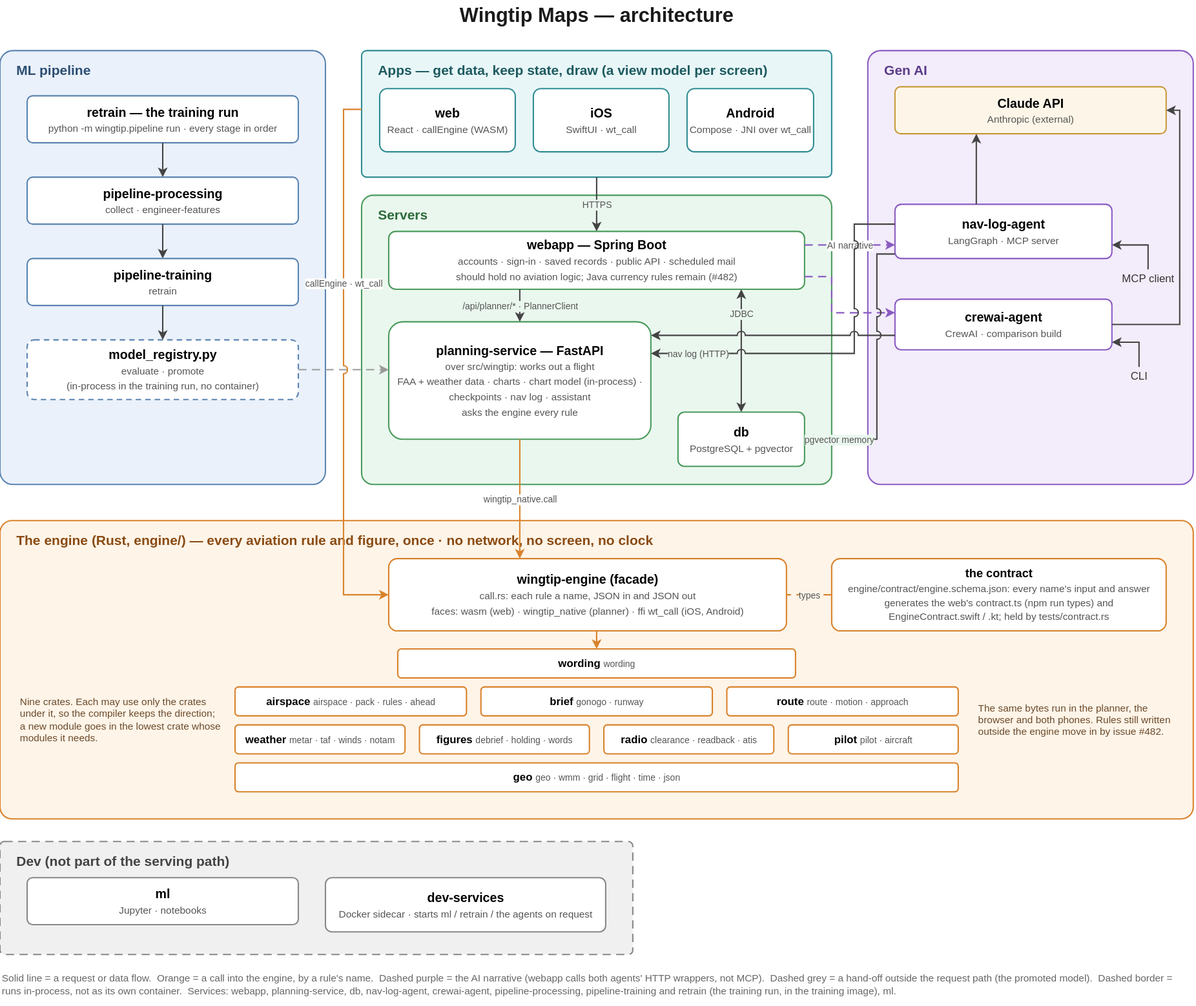
Earlier version of the draw.io export docs/architecture-current.svg (asdaq-samir/wingtip). Source tidied: cells renumbered, new cells last; positions are measured from the earlier drawing's top-left corner, leaving out a move shared by most shapes.
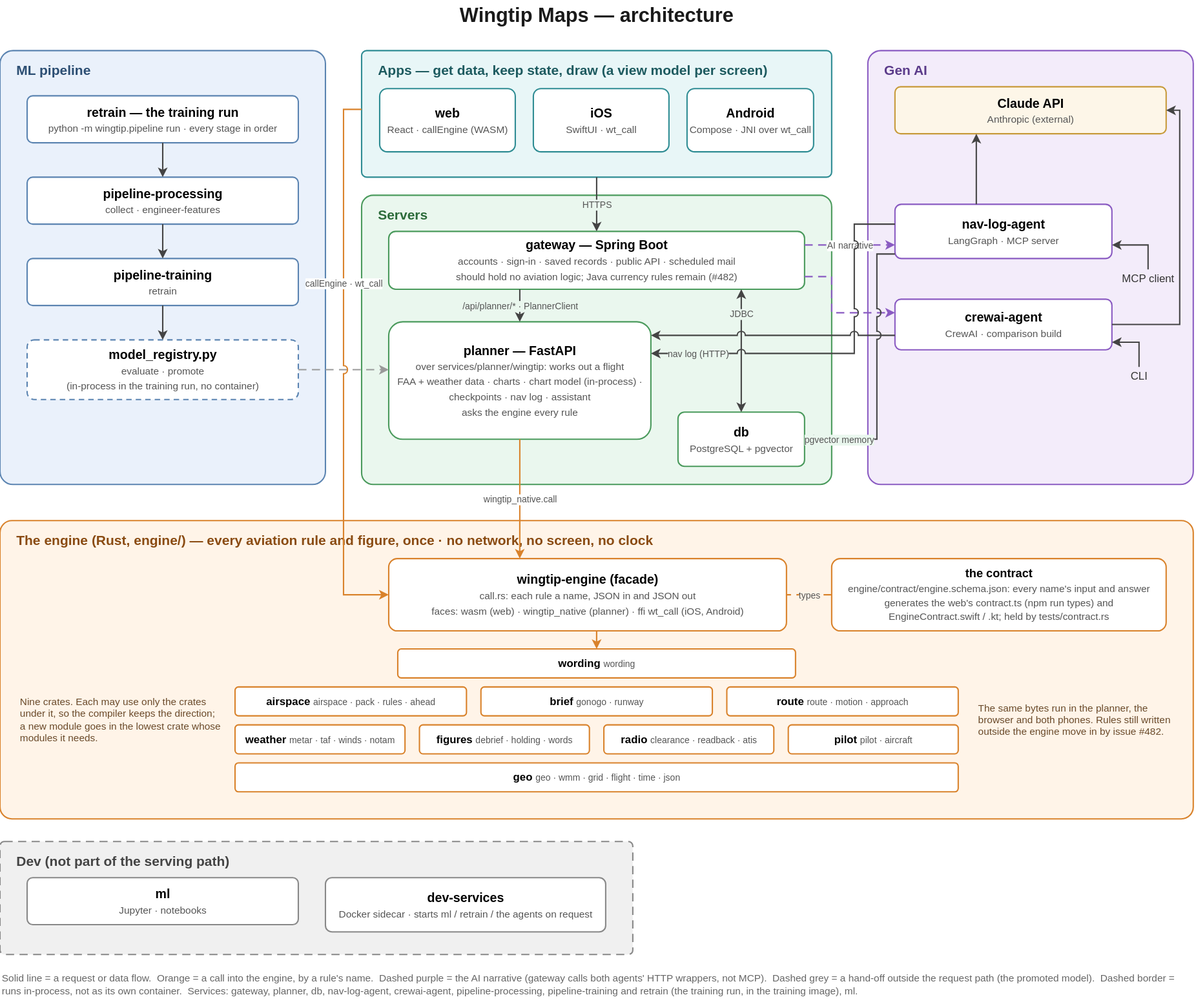
The same diagram one commit later.

The edit, as a diff of the source:
```diff
@@ -44,12 +44,12 @@
     <mxCell id="15" value="&lt;b&gt;Android&lt;/b&gt;&lt;br&gt;&lt;span style=&quot;font-size:11px;color:#555555;&quot;&gt;Compose · JNI over wt_call&lt;/span&gt;" style="rounded=1;arcSize=12;whiteSpace=wrap;html=1;fillColor=#FFFFFF;strokeColor=#2E8C93;strokeWidth=1.5;fontSize=14;" parent="1" vertex="1">
       <mxGeometry x="760" y="98" width="140" height="70" as="geometry" />
     </mxCell>
-    <mxCell id="16" value="&lt;b&gt;webapp — Spring Boot&lt;/b&gt;&lt;br&gt;&lt;span style=&quot;font-size:11px;color:#555555;&quot;&gt;accounts · sign-in · saved records · public API · scheduled mail&lt;/span&gt;&lt;br&gt;&lt;span style=&quot;font-size:11px;color:#555555;&quot;&gt;should hold no aviation logic; Java currency rules remain (#482)&lt;/span&gt;" style="rounded=1;arcSize=12;whiteSpace=wrap;html=1;fillColor=#FFFFFF;strokeColor=#4A9A5C;strokeWidth=1.5;fontSize=14;" parent="1" vertex="1">
-      <mxGeometry x="430" y="256" width="460" height="64" as="geometry" />
-    </mxCell>
-    <mxCell id="17" value="&lt;b&gt;planning-service — FastAPI&lt;/b&gt;&lt;br&gt;&lt;span style=&quot;font-size:11px;color:#555555;&quot;&gt;over src/wingtip: works out a flight&lt;/span&gt;&lt;br&gt;&lt;span style=&quot;font-size:11px;color:#555555;&quot;&gt;FAA + weather data · charts · chart model (in-process) · checkpoints · nav log · assistant&lt;/span&gt;&lt;br&gt;&lt;span style=&quot;font-size:11px;color:#555555;&quot;&gt;asks the engine every rule&lt;/span&gt;" style="rounded=1;arcSize=12;whiteSpace=wrap;html=1;fillColor=#FFFFFF;strokeColor=#4A9A5C;strokeWidth=1.5;fontSize=14;" parent="1" vertex="1">
-      <mxGeometry x="430" y="356" width="290" height="130" as="geometry" />
-    </mxCell>
+    <mxCell id="60" value="&lt;b&gt;gateway — Spring Boot&lt;/b&gt;&lt;br&gt;&lt;span style=&quot;font-size:11px;color:#555555;&quot;&gt;accounts · sign-in · saved records · public API · scheduled mail&lt;/span&gt;&lt;br&gt;&lt;span style=&quot;font-size:11px;color:#555555;&quot;&gt;should hold no aviation logic; Java currency rules remain (#482)&lt;/span&gt;" style="rounded=1;arcSize=12;whiteSpace=wrap;html=1;fillColor=#FFFFFF;strokeColor=#4A9A5C;strokeWidth=1.5;fontSize=14;" parent="1" vertex="1">
+      <mxGeometry x="430" y="256" width="460" height="64" as="geometry" />
+    </mxCell>
+    <mxCell id="61" value="&lt;b&gt;planner — FastAPI&lt;/b&gt;&lt;br&gt;&lt;span style=&quot;font-size:11px;color:#555555;&quot;&gt;over services/planner/wingtip: works out a flight&lt;/span&gt;&lt;br&gt;&lt;span style=&quot;font-size:11px;color:#555555;&quot;&gt;FAA + weather data · charts · chart model (in-process) · checkpoints · nav log · assistant&lt;/span&gt;&lt;br&gt;&lt;span style=&quot;font-size:11px;color:#555555;&quot;&gt;asks the engine every rule&lt;/span&gt;" style="rounded=1;arcSize=12;whiteSpace=wrap;html=1;fillColor=#FFFFFF;strokeColor=#4A9A5C;strokeWidth=1.5;fontSize=14;" parent="1" vertex="1">
+      <mxGeometry x="430" y="356" width="290" height="130" as="geometry" />
+    </mxCell>
     <mxCell id="18" value="&lt;b&gt;db&lt;/b&gt;&lt;br&gt;&lt;span style=&quot;font-size:11px;color:#555555;&quot;&gt;PostgreSQL + pgvector&lt;/span&gt;" style="rounded=1;arcSize=12;whiteSpace=wrap;html=1;fillColor=#FFFFFF;strokeColor=#4A9A5C;strokeWidth=1.5;fontSize=14;" parent="1" vertex="1">
       <mxGeometry x="750" y="456" width="140" height="60" as="geometry" />
     </mxCell>
@@ -122,10 +122,10 @@
     <mxCell id="41" style="edgeStyle=orthogonalEdgeStyle;rounded=0;html=1;jumpStyle=arc;jumpSize=8;strokeColor=#444444;strokeWidth=1.5;exitX=0.5000;exitY=1.0000;exitDx=0;exitDy=0;entryX=0.5000;entryY=0.0000;entryDx=0;entryDy=0;fontSize=10;fontColor=#555555;labelBackgroundColor=#FFFFFF;endArrow=classic;endFill=1;" parent="1" edge="1" source="11" target="12">
       <mxGeometry relative="1" as="geometry" />
     </mxCell>
-    <mxCell id="42" style="edgeStyle=orthogonalEdgeStyle;rounded=0;html=1;jumpStyle=arc;jumpSize=8;strokeColor=#999999;strokeWidth=1.5;exitX=1.0000;exitY=0.5000;exitDx=0;exitDy=0;entryX=0.0000;entryY=0.4077;entryDx=0;entryDy=0;fontSize=10;fontColor=#555555;labelBackgroundColor=#FFFFFF;endArrow=classic;endFill=1;dashed=1;dashPattern=6 4;" parent="1" edge="1" source="12" target="17">
+    <mxCell id="42" style="edgeStyle=orthogonalEdgeStyle;rounded=0;html=1;jumpStyle=arc;jumpSize=8;strokeColor=#999999;strokeWidth=1.5;exitX=1.0000;exitY=0.5000;exitDx=0;exitDy=0;entryX=0.0000;entryY=0.4077;entryDx=0;entryDy=0;fontSize=10;fontColor=#555555;labelBackgroundColor=#FFFFFF;endArrow=classic;endFill=1;dashed=1;dashPattern=6 4;" parent="1" edge="1" source="12" target="61">
       <mxGeometry relative="1" as="geometry" />
     </mxCell>
-    <mxCell id="43" value="HTTPS" style="edgeStyle=orthogonalEdgeStyle;rounded=0;html=1;jumpStyle=arc;jumpSize=8;strokeColor=#444444;strokeWidth=1.5;exitX=0.5000;exitY=1.0000;exitDx=0;exitDy=0;entryX=0.5000;entryY=0.0000;entryDx=0;entryDy=0;fontSize=10;fontColor=#555555;labelBackgroundColor=#EAF7EE;endArrow=classic;endFill=1;" parent="1" edge="1" source="4" target="16">
+    <mxCell id="43" value="HTTPS" style="edgeStyle=orthogonalEdgeStyle;rounded=0;html=1;jumpStyle=arc;jumpSize=8;strokeColor=#444444;strokeWidth=1.5;exitX=0.5000;exitY=1.0000;exitDx=0;exitDy=0;entryX=0.5000;entryY=0.0000;entryDx=0;entryDy=0;fontSize=10;fontColor=#555555;labelBackgroundColor=#EAF7EE;endArrow=classic;endFill=1;" parent="1" edge="1" source="4" target="60">
       <mxGeometry relative="1" as="geometry" />
     </mxCell>
     <mxCell id="44" value="callEngine · wt_call" style="edgeStyle=orthogonalEdgeStyle;rounded=0;html=1;jumpStyle=arc;jumpSize=8;strokeColor=#D9822B;strokeWidth=1.5;exitX=0.0000;exitY=0.4643;exitDx=0;exitDy=0;entryX=0.0000;entryY=0.5000;entryDx=0;entryDy=0;fontSize=10;fontColor=#555555;labelBackgroundColor=#FFFFFF;endArrow=classic;endFill=1;" parent="1" edge="1" source="4" target="24">
@@ -136,13 +136,13 @@
         </Array>
       </mxGeometry>
     </mxCell>
-    <mxCell id="45" value="/api/planner/* · PlannerClient" style="edgeStyle=orthogonalEdgeStyle;rounded=0;html=1;jumpStyle=arc;jumpSize=8;strokeColor=#444444;strokeWidth=1.5;exitX=0.3152;exitY=1.0000;exitDx=0;exitDy=0;entryX=0.5000;entryY=0.0000;entryDx=0;entryDy=0;fontSize=10;fontColor=#555555;labelBackgroundColor=#EAF7EE;endArrow=classic;endFill=1;" parent="1" edge="1" source="16" target="17">
+    <mxCell id="45" value="/api/planner/* · PlannerClient" style="edgeStyle=orthogonalEdgeStyle;rounded=0;html=1;jumpStyle=arc;jumpSize=8;strokeColor=#444444;strokeWidth=1.5;exitX=0.3152;exitY=1.0000;exitDx=0;exitDy=0;entryX=0.5000;entryY=0.0000;entryDx=0;entryDy=0;fontSize=10;fontColor=#555555;labelBackgroundColor=#EAF7EE;endArrow=classic;endFill=1;" parent="1" edge="1" source="60" target="61">
       <mxGeometry relative="1" as="geometry" />
     </mxCell>
-    <mxCell id="46" value="JDBC" style="edgeStyle=orthogonalEdgeStyle;rounded=0;html=1;jumpStyle=arc;jumpSize=8;strokeColor=#444444;strokeWidth=1.5;exitX=0.8478;exitY=1.0000;exitDx=0;exitDy=0;entryX=0.5000;entryY=0.0000;entryDx=0;entryDy=0;fontSize=10;fontColor=#555555;labelBackgroundColor=#EAF7EE;endArrow=classic;endFill=1;startArrow=classic;startFill=1;" parent="1" edge="1" source="16" target="18">
+    <mxCell id="46" value="JDBC" style="edgeStyle=orthogonalEdgeStyle;rounded=0;html=1;jumpStyle=arc;jumpSize=8;strokeColor=#444444;strokeWidth=1.5;exitX=0.8478;exitY=1.0000;exitDx=0;exitDy=0;entryX=0.5000;entryY=0.0000;entryDx=0;entryDy=0;fontSize=10;fontColor=#555555;labelBackgroundColor=#EAF7EE;endArrow=classic;endFill=1;startArrow=classic;startFill=1;" parent="1" edge="1" source="60" target="18">
       <mxGeometry x="-0.6" relative="1" as="geometry" />
     </mxCell>
-    <mxCell id="47" value="wingtip_native.call" style="edgeStyle=orthogonalEdgeStyle;rounded=0;html=1;jumpStyle=arc;jumpSize=8;strokeColor=#D9822B;strokeWidth=1.5;exitX=0.5000;exitY=1.0000;exitDx=0;exitDy=0;entryX=0.3295;entryY=0.0000;entryDx=0;entryDy=0;fontSize=10;fontColor=#555555;labelBackgroundColor=#FFFFFF;endArrow=classic;endFill=1;" parent="1" edge="1" source="17" target="24">
+    <mxCell id="47" value="wingtip_native.call" style="edgeStyle=orthogonalEdgeStyle;rounded=0;html=1;jumpStyle=arc;jumpSize=8;strokeColor=#D9822B;strokeWidth=1.5;exitX=0.5000;exitY=1.0000;exitDx=0;exitDy=0;entryX=0.3295;entryY=0.0000;entryDx=0;entryDy=0;fontSize=10;fontColor=#555555;labelBackgroundColor=#FFFFFF;endArrow=classic;endFill=1;" parent="1" edge="1" source="61" target="24">
       <mxGeometry relative="1" as="geometry" />
     </mxCell>
     <mxCell id="48" style="edgeStyle=orthogonalEdgeStyle;rounded=0;html=1;jumpStyle=arc;jumpSize=8;strokeColor=#D9822B;strokeWidth=1.5;exitX=0.5227;exitY=1.0000;exitDx=0;exitDy=0;entryX=0.5000;entryY=0.0000;entryDx=0;entryDy=0;fontSize=10;fontColor=#555555;labelBackgroundColor=#FFFFFF;endArrow=classic;endFill=1;" parent="1" edge="1" source="24" target="26">
@@ -176,18 +176,18 @@
         </Array>
       </mxGeometry>
     </mxCell>
-    <mxCell id="54" value="AI narrative" style="edgeStyle=orthogonalEdgeStyle;rounded=0;html=1;jumpStyle=arc;jumpSize=8;strokeColor=#8A5BC2;strokeWidth=1.5;exitX=1.0000;exitY=0.2344;exitDx=0;exitDy=0;entryX=0.0000;entryY=0.7500;entryDx=0;entryDy=0;fontSize=10;fontColor=#555555;labelBackgroundColor=#FFFFFF;endArrow=classic;endFill=1;dashed=1;dashPattern=6 4;" parent="1" edge="1" source="16" target="20">
+    <mxCell id="54" value="AI narrative" style="edgeStyle=orthogonalEdgeStyle;rounded=0;html=1;jumpStyle=arc;jumpSize=8;strokeColor=#8A5BC2;strokeWidth=1.5;exitX=1.0000;exitY=0.2344;exitDx=0;exitDy=0;entryX=0.0000;entryY=0.7500;entryDx=0;entryDy=0;fontSize=10;fontColor=#555555;labelBackgroundColor=#FFFFFF;endArrow=classic;endFill=1;dashed=1;dashPattern=6 4;" parent="1" edge="1" source="60" target="20">
       <mxGeometry relative="1" as="geometry" />
     </mxCell>
-    <mxCell id="55" style="edgeStyle=orthogonalEdgeStyle;rounded=0;html=1;jumpStyle=arc;jumpSize=8;strokeColor=#8A5BC2;strokeWidth=1.5;exitX=1.0000;exitY=0.7812;exitDx=0;exitDy=0;entryX=0.0000;entryY=0.2679;entryDx=0;entryDy=0;fontSize=10;fontColor=#555555;labelBackgroundColor=#FFFFFF;endArrow=classic;endFill=1;dashed=1;dashPattern=6 4;" parent="1" edge="1" source="16" target="21">
-      <mxGeometry relative="1" as="geometry">
-        <Array as="points">
-          <mxPoint x="920" y="306" />
-          <mxPoint x="920" y="346" />
-        </Array>
-      </mxGeometry>
-    </mxCell>
+    <mxCell id="62" style="edgeStyle=orthogonalEdgeStyle;rounded=0;html=1;jumpStyle=arc;jumpSize=8;strokeColor=#8A5BC2;strokeWidth=1.5;exitX=1.0000;exitY=0.7812;exitDx=0;exitDy=0;entryX=0.0000;entryY=0.2679;entryDx=0;entryDy=0;fontSize=10;fontColor=#555555;labelBackgroundColor=#FFFFFF;endArrow=classic;endFill=1;dashed=1;dashPattern=6 4;" parent="1" edge="1" source="60" target="21">
+      <mxGeometry relative="1" as="geometry">
+        <Array as="points">
+          <mxPoint x="920" y="306" />
+          <mxPoint x="920" y="346" />
+        </Array>
+      </mxGeometry>
+    </mxCell>
-    <mxCell id="56" value="nav log (HTTP)" style="edgeStyle=orthogonalEdgeStyle;rounded=0;html=1;jumpStyle=arc;jumpSize=8;strokeColor=#444444;strokeWidth=1.5;exitX=0.0000;exitY=0.3667;exitDx=0;exitDy=0;entryX=1.0000;entryY=0.2692;entryDx=0;entryDy=0;fontSize=10;fontColor=#555555;labelBackgroundColor=#EAF7EE;endArrow=classic;endFill=1;" parent="1" edge="1" source="20" target="17">
+    <mxCell id="56" value="nav log (HTTP)" style="edgeStyle=orthogonalEdgeStyle;rounded=0;html=1;jumpStyle=arc;jumpSize=8;strokeColor=#444444;strokeWidth=1.5;exitX=0.0000;exitY=0.3667;exitDx=0;exitDy=0;entryX=1.0000;entryY=0.2692;entryDx=0;entryDy=0;fontSize=10;fontColor=#555555;labelBackgroundColor=#EAF7EE;endArrow=classic;endFill=1;" parent="1" edge="1" source="20" target="61">
       <mxGeometry x="0.75" relative="1" as="geometry">
         <Array as="points">
           <mxPoint x="945" y="248" />
@@ -195,7 +195,7 @@
         </Array>
       </mxGeometry>
     </mxCell>
-    <mxCell id="57" style="edgeStyle=orthogonalEdgeStyle;rounded=0;html=1;jumpStyle=arc;jumpSize=8;strokeColor=#444444;strokeWidth=1.5;exitX=0.0000;exitY=0.7143;exitDx=0;exitDy=0;entryX=1.0000;entryY=0.1154;entryDx=0;entryDy=0;fontSize=10;fontColor=#555555;labelBackgroundColor=#EAF7EE;endArrow=classic;endFill=1;" parent="1" edge="1" source="21" target="17">
+    <mxCell id="57" style="edgeStyle=orthogonalEdgeStyle;rounded=0;html=1;jumpStyle=arc;jumpSize=8;strokeColor=#444444;strokeWidth=1.5;exitX=0.0000;exitY=0.7143;exitDx=0;exitDy=0;entryX=1.0000;entryY=0.1154;entryDx=0;entryDy=0;fontSize=10;fontColor=#555555;labelBackgroundColor=#EAF7EE;endArrow=classic;endFill=1;" parent="1" edge="1" source="21" target="61">
       <mxGeometry relative="1" as="geometry" />
     </mxCell>
     <mxCell id="58" value="pgvector memory" style="edgeStyle=orthogonalEdgeStyle;rounded=0;html=1;jumpStyle=arc;jumpSize=8;strokeColor=#444444;strokeWidth=1.5;exitX=0.0000;exitY=0.9167;exitDx=0;exitDy=0;entryX=1.0000;entryY=0.5000;entryDx=0;entryDy=0;fontSize=10;fontColor=#555555;labelBackgroundColor=#EAF7EE;endArrow=classic;endFill=1;" parent="1" edge="1" source="20" target="18">
@@ -206,7 +206,7 @@
         </Array>
       </mxGeometry>
     </mxCell>
-    <mxCell id="59" value="Solid line = a request or data flow.&amp;nbsp; Orange = a call into the engine, by a rule's name.&amp;nbsp; Dashed purple = the AI narrative (webapp calls both agents' HTTP wrappers, not MCP).&amp;nbsp; Dashed grey = a hand-off outside the request path (the promoted model).&amp;nbsp; Dashed border = runs in-process, not as its own container.&amp;nbsp; Services: webapp, planning-service, db, nav-log-agent, crewai-agent, pipeline-processing, pipeline-training and retrain (the training run, in the training image), ml." style="text;html=1;whiteSpace=wrap;align=left;verticalAlign=middle;fontSize=11;fontColor=#666666;" parent="1" vertex="1">
+    <mxCell id="59" value="Solid line = a request or data flow.&amp;nbsp; Orange = a call into the engine, by a rule's name.&amp;nbsp; Dashed purple = the AI narrative (gateway calls both agents' HTTP wrappers, not MCP).&amp;nbsp; Dashed grey = a hand-off outside the request path (the promoted model).&amp;nbsp; Dashed border = runs in-process, not as its own container.&amp;nbsp; Services: gateway, planner, db, nav-log-agent, crewai-agent, pipeline-processing, pipeline-training and retrain (the training run, in the training image), ml." style="text;html=1;whiteSpace=wrap;align=left;verticalAlign=middle;fontSize=11;fontColor=#666666;" parent="1" vertex="1">
       <mxGeometry y="1066" width="1320" height="46" as="geometry" />
     </mxCell>
   </root>
```
